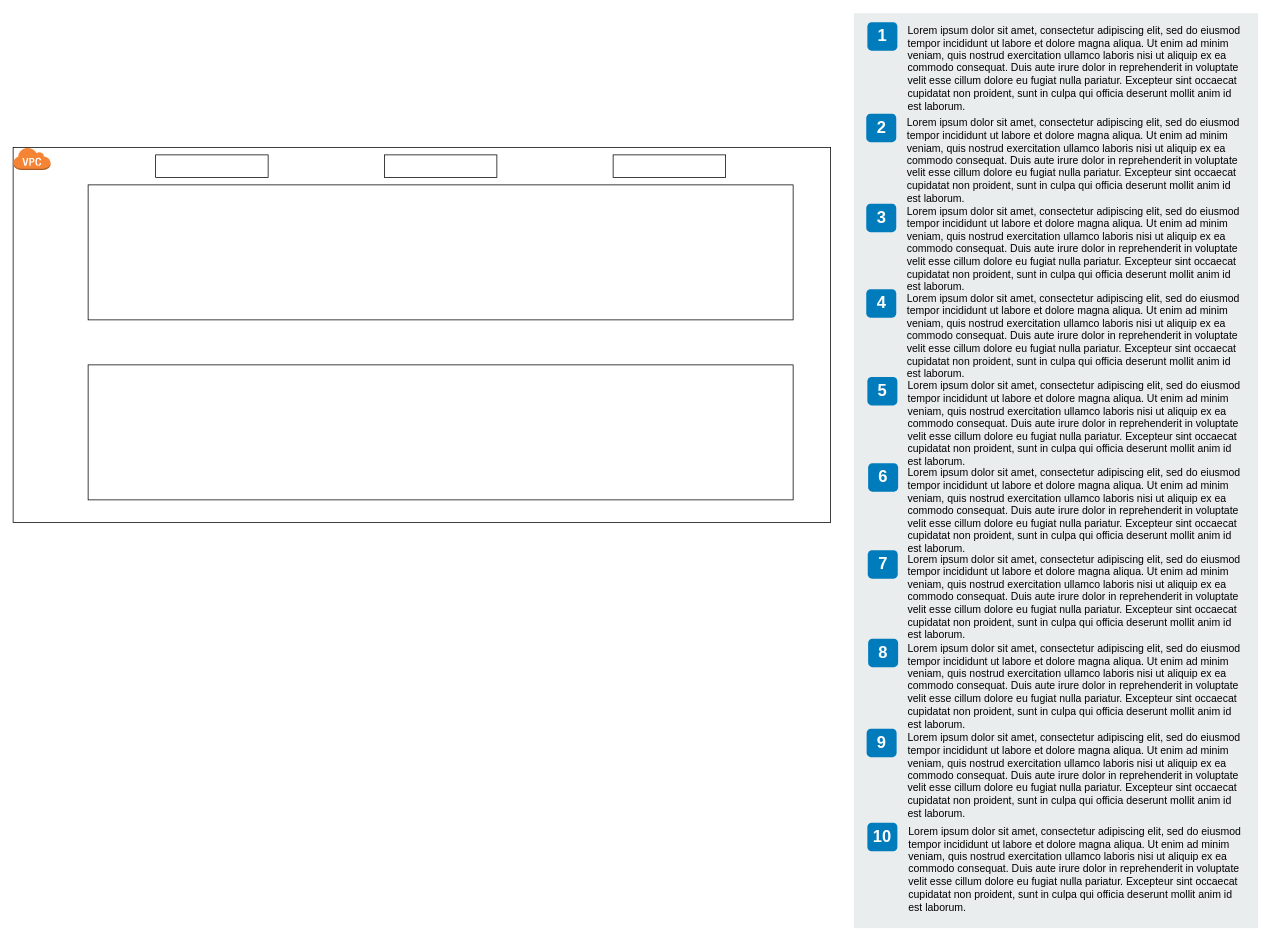
Earlier version of the draw.io diagram Untitled Diagram.drawio (ajaymadamshetty/3tireapplication). Source tidied: cells renumbered, new cells numbered last; positions are measured from the earlier drawing's top-left corner, leaving out a move shared by most shapes. Both pictures are drawn from the tidied source at 75%, with x=0, y=0 at pixel (13, 13).
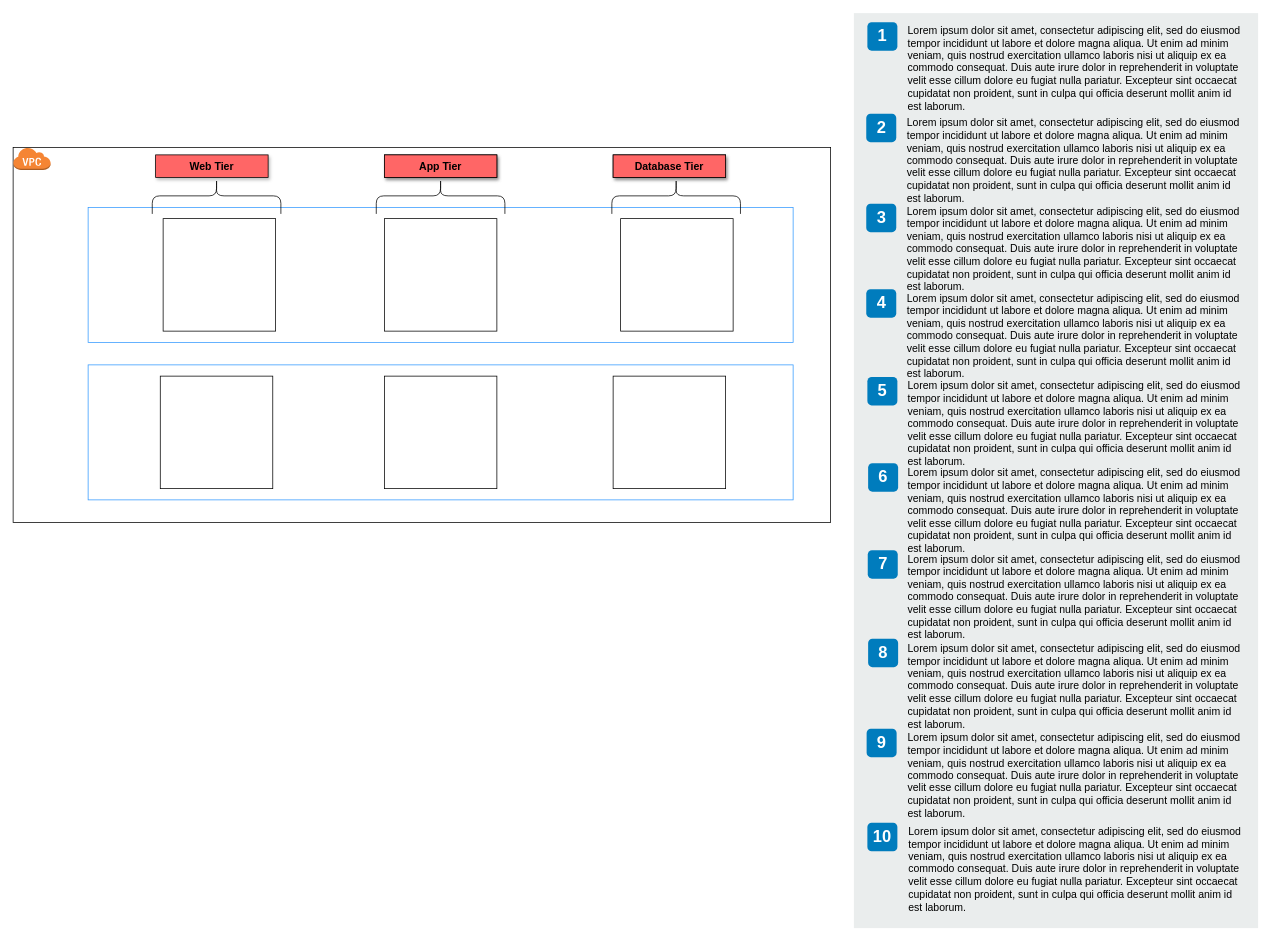
After the change.

Change to the diagram source:
```diff
@@
-    <mxCell id="26" style="rounded=0;whiteSpace=wrap;html=1;strokeColor=default;align=center;verticalAlign=middle;fontFamily=Helvetica;fontSize=12;fontColor=default;fillColor=default;" parent="1" vertex="1">
-      <mxGeometry x="100" y="229" width="940" height="180" as="geometry" />
+    <mxCell id="26" style="rounded=0;whiteSpace=wrap;html=1;strokeColor=#3399FF;align=center;verticalAlign=middle;fontFamily=Helvetica;fontSize=12;fontColor=default;fillColor=default;" parent="1" vertex="1">
+      <mxGeometry x="100" y="259" width="940" height="180" as="geometry" />
     </mxCell>
-    <mxCell id="27" style="rounded=0;whiteSpace=wrap;html=1;strokeColor=default;align=center;verticalAlign=middle;fontFamily=Helvetica;fontSize=12;fontColor=default;fillColor=default;" parent="1" vertex="1">
-      <mxGeometry x="100" y="469" width="940" height="180" as="geometry" />
-    </mxCell>
-    <mxCell id="28" style="rounded=0;whiteSpace=wrap;html=1;strokeColor=default;align=center;verticalAlign=middle;fontFamily=Helvetica;fontSize=12;fontColor=default;fillColor=default;" parent="1" vertex="1">
+    <mxCell id="28" value="&lt;b&gt;&lt;font style=&quot;font-size: 14px;&quot;&gt;Web Tier&lt;/font&gt;&lt;/b&gt;" style="rounded=0;whiteSpace=wrap;html=1;strokeColor=default;align=center;verticalAlign=middle;fontFamily=Helvetica;fontSize=12;fontColor=default;fillColor=#FF6666;shadow=1;" parent="1" vertex="1">
       <mxGeometry x="190" y="189" width="150" height="30" as="geometry" />
     </mxCell>
-    <mxCell id="29" style="rounded=0;whiteSpace=wrap;html=1;strokeColor=default;align=center;verticalAlign=middle;fontFamily=Helvetica;fontSize=12;fontColor=default;fillColor=default;" parent="1" vertex="1">
+    <mxCell id="29" style="rounded=0;whiteSpace=wrap;html=1;strokeColor=default;align=center;verticalAlign=middle;fontFamily=Helvetica;fontSize=12;fontColor=default;fillColor=default;shadow=1;" parent="1" vertex="1">
       <mxGeometry x="495" y="189" width="150" height="30" as="geometry" />
     </mxCell>
-    <mxCell id="30" style="rounded=0;whiteSpace=wrap;html=1;strokeColor=default;align=center;verticalAlign=middle;fontFamily=Helvetica;fontSize=12;fontColor=default;fillColor=default;" parent="1" vertex="1">
+    <mxCell id="30" style="rounded=0;whiteSpace=wrap;html=1;strokeColor=default;align=center;verticalAlign=middle;fontFamily=Helvetica;fontSize=12;fontColor=default;fillColor=default;shadow=1;" parent="1" vertex="1">
       <mxGeometry x="800" y="189" width="150" height="30" as="geometry" />
     </mxCell>
+    <mxCell id="31" style="rounded=0;whiteSpace=wrap;html=1;strokeColor=#3399FF;align=center;verticalAlign=middle;fontFamily=Helvetica;fontSize=12;fontColor=default;fillColor=default;" parent="1" vertex="1">
+      <mxGeometry x="100" y="469" width="940" height="180" as="geometry" />
+    </mxCell>
+    <mxCell id="32" value="&lt;font style=&quot;font-size: 14px;&quot;&gt;&lt;b&gt;App Tier&lt;/b&gt;&lt;/font&gt;" style="rounded=0;whiteSpace=wrap;html=1;strokeColor=default;align=center;verticalAlign=middle;fontFamily=Helvetica;fontSize=12;fontColor=default;fillColor=#FF6666;shadow=1;" parent="1" vertex="1">
+      <mxGeometry x="495" y="189" width="150" height="30" as="geometry" />
+    </mxCell>
+    <mxCell id="33" value="&lt;b&gt;&lt;font style=&quot;font-size: 14px;&quot;&gt;Database Tier&lt;/font&gt;&lt;/b&gt;" style="rounded=0;whiteSpace=wrap;html=1;strokeColor=default;align=center;verticalAlign=middle;fontFamily=Helvetica;fontSize=12;fontColor=default;fillColor=#FF6666;shadow=1;" parent="1" vertex="1">
+      <mxGeometry x="800" y="189" width="150" height="30" as="geometry" />
+    </mxCell>
+    <mxCell id="34" style="shape=curlyBracket;whiteSpace=wrap;html=1;rounded=1;flipH=1;labelPosition=right;verticalLabelPosition=middle;align=left;verticalAlign=middle;strokeColor=default;fontFamily=Helvetica;fontSize=12;fontColor=default;fillColor=default;rotation=-90;" parent="1" vertex="1">
+      <mxGeometry x="247.2" y="157.9" width="48.1" height="171.5" as="geometry" />
+    </mxCell>
+    <mxCell id="35" style="whiteSpace=wrap;html=1;strokeColor=default;align=center;verticalAlign=middle;fontFamily=Helvetica;fontSize=12;fontColor=default;fillColor=default;" parent="1" vertex="1">
+      <mxGeometry x="200" y="274" width="150" height="150" as="geometry" />
+    </mxCell>
+    <mxCell id="36" style="whiteSpace=wrap;html=1;strokeColor=default;align=center;verticalAlign=middle;fontFamily=Helvetica;fontSize=12;fontColor=default;fillColor=default;" parent="1" vertex="1">
+      <mxGeometry x="495" y="274" width="150" height="150" as="geometry" />
+    </mxCell>
+    <mxCell id="37" style="whiteSpace=wrap;html=1;strokeColor=default;align=center;verticalAlign=middle;fontFamily=Helvetica;fontSize=12;fontColor=default;fillColor=default;" parent="1" vertex="1">
+      <mxGeometry x="810" y="274" width="150" height="150" as="geometry" />
+    </mxCell>
+    <mxCell id="38" style="whiteSpace=wrap;html=1;strokeColor=default;align=center;verticalAlign=middle;fontFamily=Helvetica;fontSize=12;fontColor=default;fillColor=default;" parent="1" vertex="1">
+      <mxGeometry x="196.2" y="484" width="150" height="150" as="geometry" />
+    </mxCell>
+    <mxCell id="39" style="whiteSpace=wrap;html=1;strokeColor=default;align=center;verticalAlign=middle;fontFamily=Helvetica;fontSize=12;fontColor=default;fillColor=default;" parent="1" vertex="1">
+      <mxGeometry x="495" y="484" width="150" height="150" as="geometry" />
+    </mxCell>
+    <mxCell id="40" style="whiteSpace=wrap;html=1;strokeColor=default;align=center;verticalAlign=middle;fontFamily=Helvetica;fontSize=12;fontColor=default;fillColor=default;" parent="1" vertex="1">
+      <mxGeometry x="800" y="484" width="150" height="150" as="geometry" />
+    </mxCell>
+    <mxCell id="41" style="shape=curlyBracket;whiteSpace=wrap;html=1;rounded=1;flipH=1;labelPosition=right;verticalLabelPosition=middle;align=left;verticalAlign=middle;strokeColor=default;fontFamily=Helvetica;fontSize=12;fontColor=default;fillColor=default;rotation=-90;" parent="1" vertex="1">
+      <mxGeometry x="545.9" y="157.9" width="48.1" height="171.5" as="geometry" />
+    </mxCell>
+    <mxCell id="42" style="shape=curlyBracket;whiteSpace=wrap;html=1;rounded=1;flipH=1;labelPosition=right;verticalLabelPosition=middle;align=left;verticalAlign=middle;strokeColor=default;fontFamily=Helvetica;fontSize=12;fontColor=default;fillColor=default;rotation=-90;size=0.4999999999999989;" parent="1" vertex="1">
+      <mxGeometry x="860" y="157.9" width="48.1" height="171.5" as="geometry" />
+    </mxCell>
```
